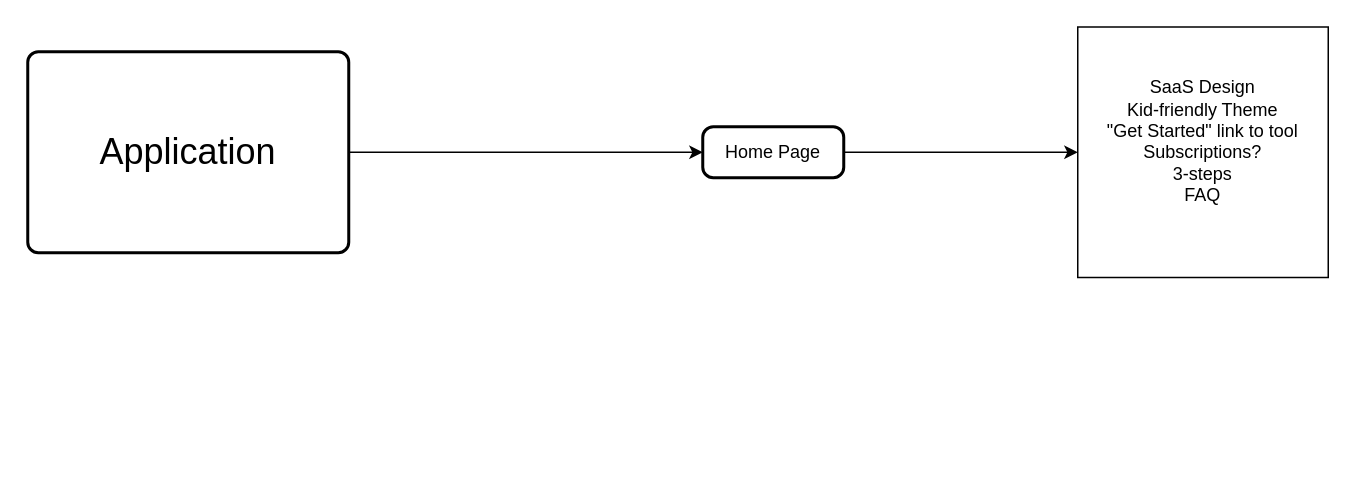
This is planning/Untitled Diagram.drawio from cjfritz9/ecomm-for-kids, a draw.io file, before an edit. Source tidied: cells renumbered, new cells numbered last; positions are measured from the earlier drawing's top-left corner, leaving out a move shared by most shapes. Both pictures are drawn from the tidied source at 150%, with x=0, y=0 at pixel (27, 27).
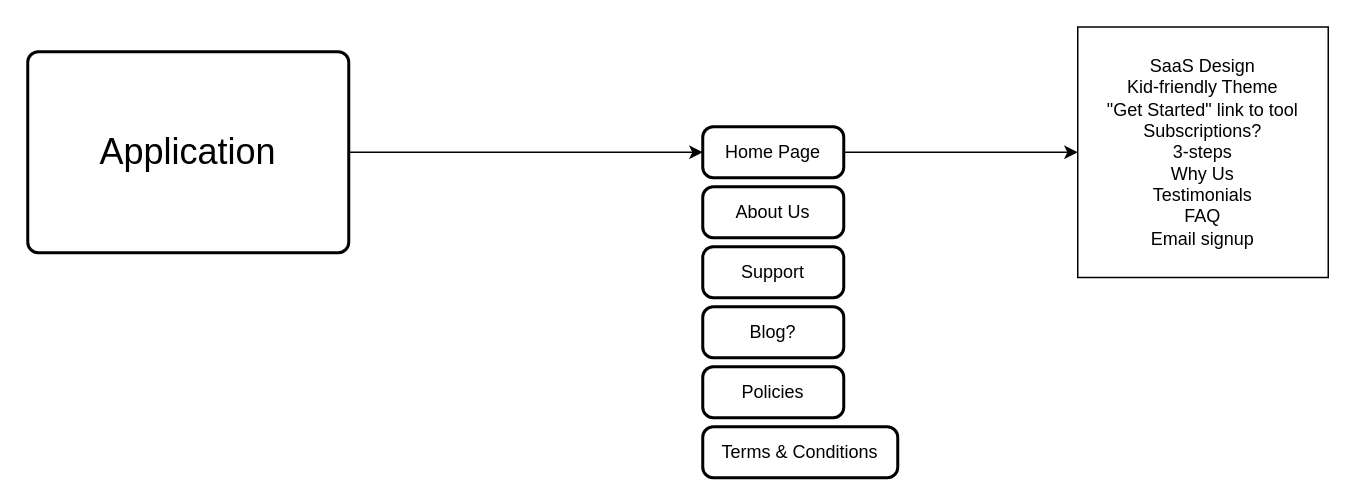
Above is the later version.

The edit, as a diff of the source:
```diff
@@
 <mxGraphModel>
   <root>
     <mxCell id="0" />
     <mxCell id="1" parent="0" />
     <mxCell id="2" style="edgeStyle=orthogonalEdgeStyle;rounded=0;jettySize=auto;html=1;" parent="1" edge="1" source="3">
       <mxGeometry relative="1" as="geometry">
         <mxPoint x="700" y="83" as="targetPoint" />
       </mxGeometry>
     </mxCell>
     <mxCell id="3" value="Home Page" style="rounded=1;absoluteArcSize=1;arcSize=14;whiteSpace=wrap;strokeWidth=2;" parent="1" vertex="1">
       <mxGeometry x="450" y="66" width="94" height="34" as="geometry" />
     </mxCell>
     <mxCell id="4" style="edgeStyle=orthogonalEdgeStyle;rounded=0;jettySize=auto;html=1;entryX=0;entryY=0.5;entryDx=0;entryDy=0;" parent="1" edge="1" source="5" target="3">
       <mxGeometry relative="1" as="geometry" />
     </mxCell>
     <mxCell id="5" value="Application" style="rounded=1;absoluteArcSize=1;arcSize=14;whiteSpace=wrap;strokeWidth=2;fontSize=24;fontStyle=0;" parent="1" vertex="1">
       <mxGeometry y="16" width="214" height="134" as="geometry" />
     </mxCell>
-    <mxCell id="6" value="SaaS Design&lt;div&gt;Kid-friendly Theme&lt;/div&gt;&lt;div&gt;&quot;Get Started&quot; link to tool&lt;/div&gt;&lt;div&gt;Subscriptions?&lt;/div&gt;&lt;div&gt;3-steps&lt;/div&gt;&lt;div&gt;FAQ&lt;/div&gt;&lt;div&gt;&lt;br&gt;&lt;/div&gt;" style="whiteSpace=wrap;html=1;" parent="1" vertex="1">
+    <mxCell id="6" value="SaaS Design&lt;div&gt;Kid-friendly Theme&lt;/div&gt;&lt;div&gt;&quot;Get Started&quot; link to tool&lt;/div&gt;&lt;div&gt;Subscriptions?&lt;/div&gt;&lt;div&gt;3-steps&lt;/div&gt;&lt;div&gt;Why Us&lt;/div&gt;&lt;div&gt;Testimonials&lt;br&gt;&lt;/div&gt;&lt;div&gt;FAQ&lt;/div&gt;&lt;div&gt;Email signup&lt;/div&gt;" style="whiteSpace=wrap;html=1;" parent="1" vertex="1">
       <mxGeometry x="700" y="-0.5" width="167" height="167" as="geometry" />
     </mxCell>
+    <mxCell id="7" value="About Us" style="rounded=1;absoluteArcSize=1;arcSize=14;whiteSpace=wrap;strokeWidth=2;" parent="1" vertex="1">
+      <mxGeometry x="450" y="106" width="94" height="34" as="geometry" />
+    </mxCell>
+    <mxCell id="8" value="Support" style="rounded=1;absoluteArcSize=1;arcSize=14;whiteSpace=wrap;strokeWidth=2;" parent="1" vertex="1">
+      <mxGeometry x="450" y="146" width="94" height="34" as="geometry" />
+    </mxCell>
+    <mxCell id="9" value="Blog?" style="rounded=1;absoluteArcSize=1;arcSize=14;whiteSpace=wrap;strokeWidth=2;" parent="1" vertex="1">
+      <mxGeometry x="450" y="186" width="94" height="34" as="geometry" />
+    </mxCell>
+    <mxCell id="10" value="Policies" style="rounded=1;absoluteArcSize=1;arcSize=14;whiteSpace=wrap;strokeWidth=2;" parent="1" vertex="1">
+      <mxGeometry x="450" y="226" width="94" height="34" as="geometry" />
+    </mxCell>
+    <mxCell id="11" value="Terms &amp; Conditions" style="rounded=1;absoluteArcSize=1;arcSize=14;whiteSpace=wrap;strokeWidth=2;" parent="1" vertex="1">
+      <mxGeometry x="450" y="266" width="130" height="34" as="geometry" />
+    </mxCell>
   </root>
 </mxGraphModel>
```
